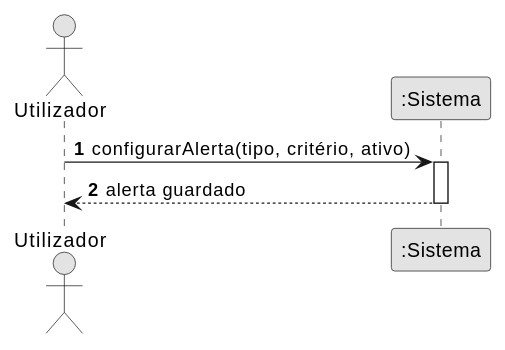
This is docs/system-documentation/use-cases/US13/svg/ssd_us13.svg from miguelsiilva1/SkyTracer, a PlantUML export, as it was before one commit.
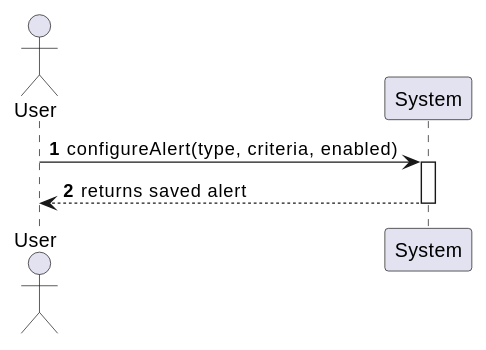
Above is the later version.

Diff of the diagram source:
```diff
@@ -1,11 +1,10 @@
 @startuml
 autonumber
-skinparam monochrome true
-actor "Utilizador" as U
-participant ":Sistema" as S
+actor "User" as A
+participant "System" as S
 
-U -> S : configurarAlerta(tipo, critério, ativo)
+A -> S : configureAlert(type, criteria, enabled)
 activate S
-S --> U : alerta guardado
+S --> A : returns saved alert
 deactivate S
 @enduml
```
